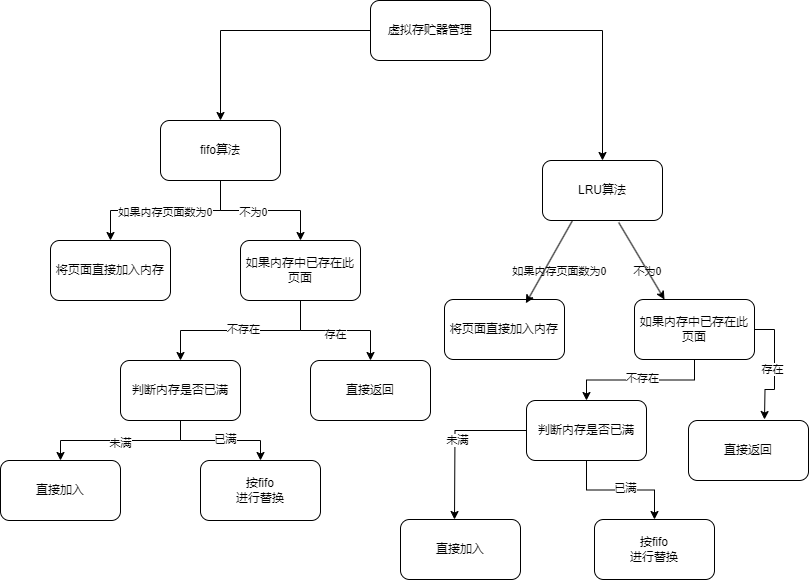
Above: draw.io/虚拟存储器.png in Nessential/draw.io (draw.io), before the change. Source tidied: cells renumbered, new cells last; positions are measured from the earlier drawing's top-left corner, leaving out a move shared by most shapes.
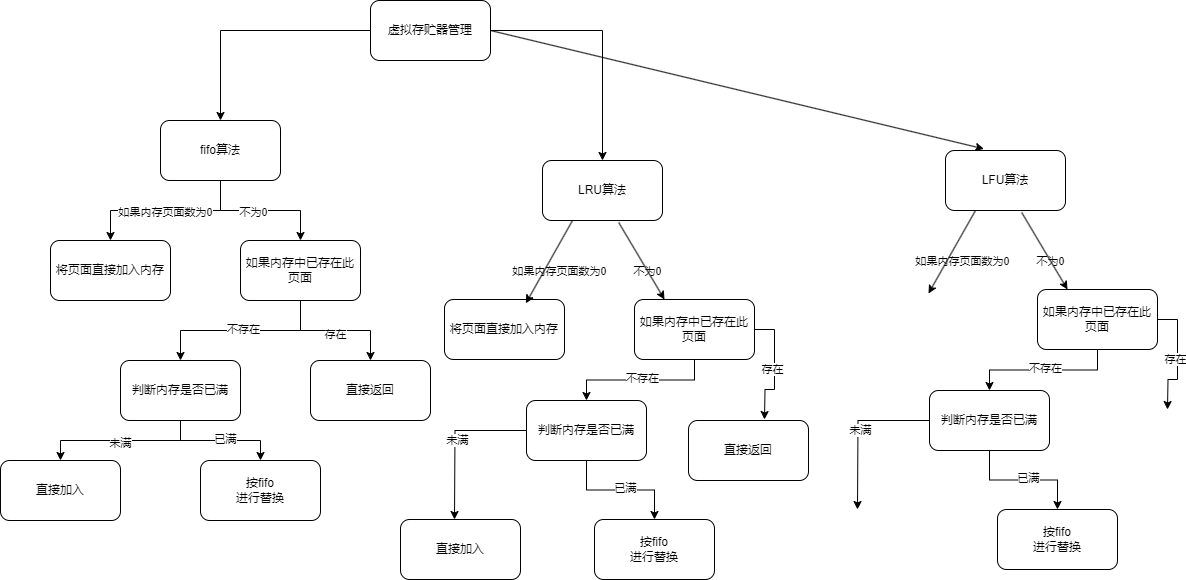
After the commit.

Commit message:
更新虚拟存储器.png

Change to the diagram source:
```diff
@@ -129,5 +129,62 @@
     <mxCell id="42" style="endArrow=classic;html=1;rounded=0;exitX=0.635;exitY=1.033;exitDx=0;exitDy=0;exitPerimeter=0;entryX=0.25;entryY=0;entryDx=0;entryDy=0;" parent="1" edge="1" source="23" target="32">
       <mxGeometry relative="1" as="geometry" />
     </mxCell>
+    <mxCell id="43" value="LFU算法" style="whiteSpace=wrap;html=1;rounded=1;" parent="1" vertex="1">
+      <mxGeometry x="945" y="150" width="120" height="60" as="geometry" />
+    </mxCell>
+    <mxCell id="44" value="如果内存页面数为0" style="edgeLabel;html=1;align=center;verticalAlign=middle;" parent="1" vertex="1">
+      <mxGeometry x="961" y="260" as="geometry" />
+    </mxCell>
+    <mxCell id="45" value="不为0" style="edgeLabel;html=1;align=center;verticalAlign=middle;" parent="1" vertex="1">
+      <mxGeometry x="1049" y="260" as="geometry" />
+    </mxCell>
+    <mxCell id="46" style="edgeStyle=orthogonalEdgeStyle;rounded=0;jettySize=auto;html=1;" parent="1" edge="1" source="50" target="55">
+      <mxGeometry relative="1" as="geometry" />
+    </mxCell>
+    <mxCell id="47" value="不存在" style="edgeLabel;html=1;align=center;verticalAlign=middle;" parent="46" vertex="1">
+      <mxGeometry x="-0.02" y="-2" relative="1" as="geometry" />
+    </mxCell>
+    <mxCell id="48" style="edgeStyle=orthogonalEdgeStyle;rounded=0;jettySize=auto;html=1;" parent="1" edge="1" source="50">
+      <mxGeometry relative="1" as="geometry">
+        <mxPoint x="1167" y="409" as="targetPoint" />
+      </mxGeometry>
+    </mxCell>
+    <mxCell id="49" value="存在" style="edgeLabel;html=1;align=center;verticalAlign=middle;" parent="48" vertex="1">
+      <mxGeometry x="-0.01" y="-3" relative="1" as="geometry" />
+    </mxCell>
+    <mxCell id="50" value="如果内存中已存在此页面" style="whiteSpace=wrap;html=1;rounded=1;" parent="1" vertex="1">
+      <mxGeometry x="1037" y="289" width="120" height="60" as="geometry" />
+    </mxCell>
+    <mxCell id="51" style="edgeStyle=orthogonalEdgeStyle;rounded=0;jettySize=auto;html=1;" parent="1" edge="1" source="55">
+      <mxGeometry relative="1" as="geometry">
+        <mxPoint x="857" y="509" as="targetPoint" />
+      </mxGeometry>
+    </mxCell>
+    <mxCell id="52" value="未满" style="edgeLabel;html=1;align=center;verticalAlign=middle;" parent="51" vertex="1">
+      <mxGeometry x="0.01" y="2" relative="1" as="geometry" />
+    </mxCell>
+    <mxCell id="53" style="edgeStyle=orthogonalEdgeStyle;rounded=0;jettySize=auto;html=1;" parent="1" edge="1" source="55" target="56">
+      <mxGeometry relative="1" as="geometry" />
+    </mxCell>
+    <mxCell id="54" value="已满" style="edgeLabel;html=1;align=center;verticalAlign=middle;" parent="53" vertex="1">
+      <mxGeometry x="0.07" y="2" relative="1" as="geometry" />
+    </mxCell>
+    <mxCell id="55" value="判断内存是否已满" style="whiteSpace=wrap;html=1;rounded=1;" parent="1" vertex="1">
+      <mxGeometry x="929" y="390" width="120" height="60" as="geometry" />
+    </mxCell>
+    <mxCell id="56" value="按fifo&lt;br&gt;进行替换" style="whiteSpace=wrap;html=1;rounded=1;" parent="1" vertex="1">
+      <mxGeometry x="997" y="509" width="120" height="60" as="geometry" />
+    </mxCell>
+    <mxCell id="57" style="endArrow=classic;html=1;rounded=0;exitX=0.25;exitY=1;exitDx=0;exitDy=0;entryX=0.678;entryY=0.063;entryDx=0;entryDy=0;entryPerimeter=0;" parent="1" edge="1" source="43">
+      <mxGeometry relative="1" as="geometry">
+        <mxPoint x="928" y="293" as="targetPoint" />
+      </mxGeometry>
+    </mxCell>
+    <mxCell id="58" style="endArrow=classic;html=1;rounded=0;exitX=0.635;exitY=1.033;exitDx=0;exitDy=0;exitPerimeter=0;entryX=0.25;entryY=0;entryDx=0;entryDy=0;" parent="1" edge="1" source="43" target="50">
+      <mxGeometry relative="1" as="geometry" />
+    </mxCell>
+    <mxCell id="59" style="endArrow=classic;html=1;rounded=0;exitX=1;exitY=0.5;exitDx=0;exitDy=0;entryX=0.32;entryY=-0.027;entryDx=0;entryDy=0;entryPerimeter=0;" parent="1" edge="1" source="4" target="43">
+      <mxGeometry relative="1" as="geometry" />
+    </mxCell>
   </root>
 </mxGraphModel>
```
